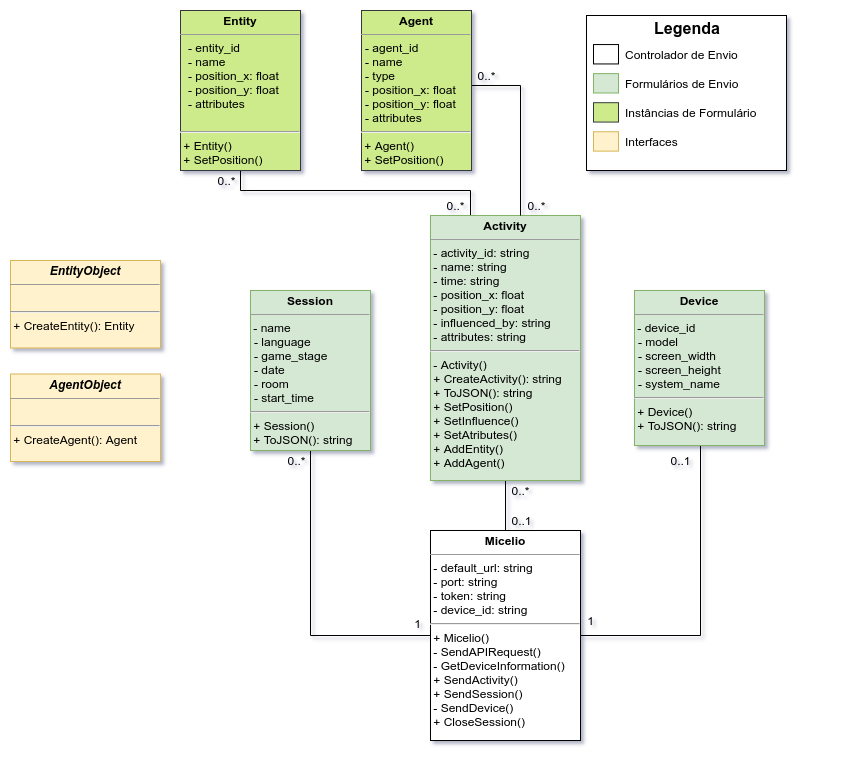
multisens/micelio keeps this draw.io diagram as Documentation/Diagramas/modelo-de-dados-unity.png. Above is the earlier version. Source tidied: cells renumbered, new cells last; positions are measured from the earlier drawing's top-left corner, leaving out a move shared by most shapes.
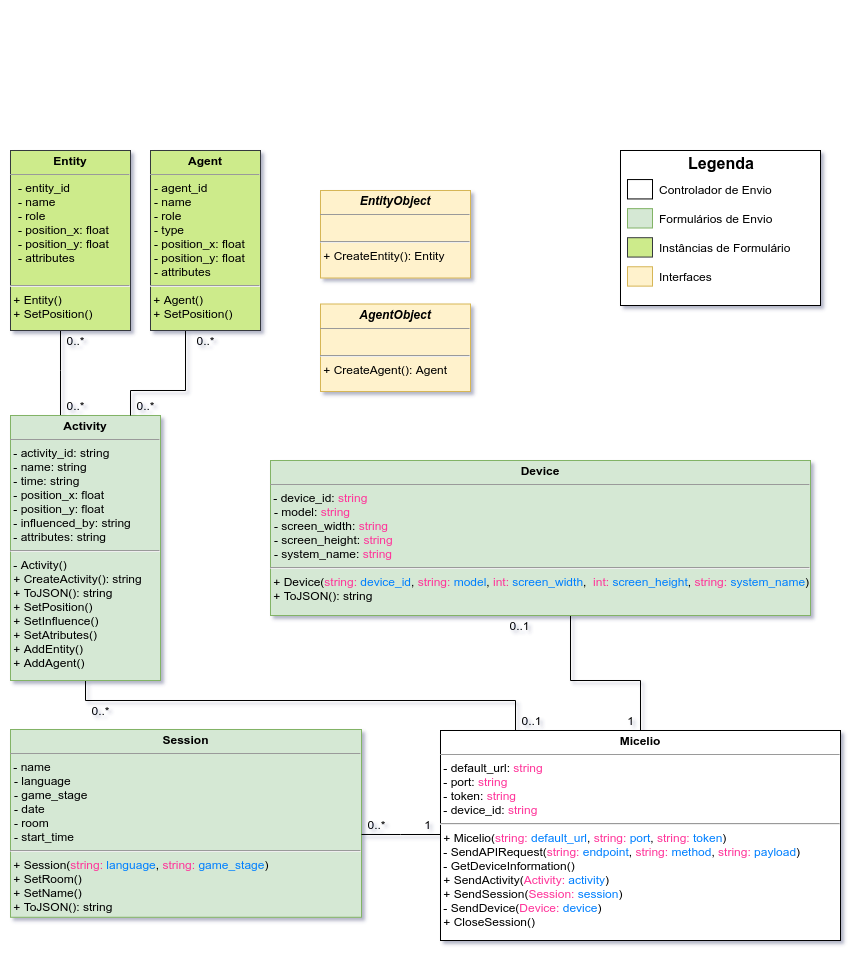
The same diagram one commit later.

What changed in the source:
```diff
@@ -3,68 +3,103 @@
     <mxCell id="0" />
     <mxCell id="1" parent="0" />
     <mxCell id="2" style="edgeStyle=orthogonalEdgeStyle;rounded=0;jettySize=auto;html=1;endArrow=none;endFill=0;" parent="1" edge="1" source="5" target="7">
-      <mxGeometry relative="1" as="geometry" />
+      <mxGeometry relative="1" as="geometry">
+        <Array as="points">
+          <mxPoint x="505" y="660" />
+        </Array>
+      </mxGeometry>
     </mxCell>
-    <mxCell id="3" style="edgeStyle=orthogonalEdgeStyle;rounded=0;jettySize=auto;html=1;endArrow=none;endFill=0;" parent="1" edge="1" source="5" target="35">
-      <mxGeometry relative="1" as="geometry">
-        <Array as="points">
-          <mxPoint x="690" y="625" />
-        </Array>
-      </mxGeometry>
-    </mxCell>
-    <mxCell id="4" style="edgeStyle=orthogonalEdgeStyle;rounded=0;jettySize=auto;html=1;endArrow=none;endFill=0;" parent="1" edge="1" source="5" target="32">
-      <mxGeometry relative="1" as="geometry" />
-    </mxCell>
-    <mxCell id="5" value="&lt;p style=&quot;margin: 0px ; margin-top: 4px ; text-align: center&quot;&gt;&lt;b&gt;Micelio&lt;/b&gt;&lt;/p&gt;&lt;hr size=&quot;1&quot;&gt;&amp;nbsp;- default_url: string&lt;br&gt;&amp;nbsp;- port: string&lt;br&gt;&amp;nbsp;- token: string&lt;br&gt;&amp;nbsp;- device_id: string&lt;br&gt;&lt;hr&gt;&amp;nbsp;+ Micelio()&lt;br&gt;&amp;nbsp;- SendAPIRequest()&lt;br&gt;&amp;nbsp;- GetDeviceInformation()&lt;br&gt;&amp;nbsp;+ SendActivity()&lt;br&gt;&amp;nbsp;+ SendSession()&lt;br&gt;&amp;nbsp;- SendDevice()&lt;br&gt;&amp;nbsp;+ CloseSession()" style="verticalAlign=top;align=left;overflow=fill;fontSize=12;fontFamily=Helvetica;html=1;glass=0;" parent="1" vertex="1">
-      <mxGeometry x="420" y="520" width="150" height="210" as="geometry" />
+    <mxCell id="5" value="&lt;p style=&quot;margin: 0px ; margin-top: 4px ; text-align: center&quot;&gt;&lt;b&gt;Micelio&lt;/b&gt;&lt;/p&gt;&lt;hr size=&quot;1&quot;&gt;&amp;nbsp;- default_url: &lt;font color=&quot;#ff3399&quot;&gt;string&lt;/font&gt;&lt;br&gt;&amp;nbsp;- port: &lt;font color=&quot;#ff3399&quot;&gt;string&lt;/font&gt;&lt;br&gt;&amp;nbsp;- token: &lt;font color=&quot;#ff3399&quot;&gt;string&lt;/font&gt;&lt;br&gt;&amp;nbsp;- device_id: &lt;font color=&quot;#ff3399&quot;&gt;string&lt;/font&gt;&lt;br&gt;&lt;hr&gt;&amp;nbsp;+ Micelio(&lt;span style=&quot;color: rgb(255 , 51 , 153)&quot;&gt;string:&amp;nbsp;&lt;/span&gt;&lt;font color=&quot;#007fff&quot;&gt;default_url&lt;/font&gt;,&amp;nbsp;&lt;span style=&quot;color: rgb(255 , 51 , 153)&quot;&gt;string:&amp;nbsp;&lt;/span&gt;&lt;font color=&quot;#007fff&quot;&gt;port&lt;/font&gt;,&amp;nbsp;&lt;span style=&quot;color: rgb(255 , 51 , 153)&quot;&gt;string:&lt;/span&gt;&amp;nbsp;&lt;font color=&quot;#007fff&quot;&gt;token&lt;/font&gt;)&lt;br&gt;&amp;nbsp;- SendAPIRequest(&lt;span style=&quot;color: rgb(255 , 51 , 153)&quot;&gt;string:&amp;nbsp;&lt;/span&gt;&lt;font color=&quot;#007fff&quot;&gt;endpoint&lt;/font&gt;,&amp;nbsp;&lt;span style=&quot;color: rgb(255 , 51 , 153)&quot;&gt;string: &lt;/span&gt;&lt;font color=&quot;#007fff&quot;&gt;method&lt;/font&gt;,&amp;nbsp;&lt;span style=&quot;color: rgb(255 , 51 , 153)&quot;&gt;string:&lt;/span&gt;&amp;nbsp;&lt;font color=&quot;#007fff&quot;&gt;payload&lt;/font&gt;)&lt;br&gt;&amp;nbsp;- GetDeviceInformation()&lt;br&gt;&amp;nbsp;+ SendActivity(&lt;span style=&quot;color: rgb(255 , 51 , 153)&quot;&gt;Activity: &lt;/span&gt;&lt;font color=&quot;#007fff&quot;&gt;activity&lt;/font&gt;)&lt;br&gt;&amp;nbsp;+ SendSession(&lt;span style=&quot;color: rgb(255 , 51 , 153)&quot;&gt;Session: &lt;/span&gt;&lt;font color=&quot;#007fff&quot;&gt;session&lt;/font&gt;)&lt;br&gt;&amp;nbsp;- SendDevice(&lt;span style=&quot;color: rgb(255 , 51 , 153)&quot;&gt;Device:&amp;nbsp;&lt;/span&gt;&lt;font color=&quot;#007fff&quot;&gt;device&lt;/font&gt;)&lt;br&gt;&amp;nbsp;+ CloseSession()" style="verticalAlign=top;align=left;overflow=fill;fontSize=12;fontFamily=Helvetica;html=1;glass=0;" parent="1" vertex="1">
+      <mxGeometry x="430" y="690" width="400" height="210" as="geometry" />
     </mxCell>
     <mxCell id="6" style="edgeStyle=orthogonalEdgeStyle;rounded=0;jettySize=auto;html=1;endArrow=none;endFill=0;" parent="1" edge="1" source="7" target="8">
       <mxGeometry relative="1" as="geometry">
         <Array as="points">
-          <mxPoint x="460" y="180" />
-          <mxPoint x="230" y="180" />
+          <mxPoint x="50" y="330" />
+          <mxPoint x="50" y="330" />
         </Array>
       </mxGeometry>
     </mxCell>
     <mxCell id="7" value="&lt;p style=&quot;margin: 0px ; margin-top: 4px ; text-align: center&quot;&gt;&lt;b&gt;Activity&lt;/b&gt;&lt;/p&gt;&lt;hr size=&quot;1&quot;&gt;&amp;nbsp;- activity_id: string&lt;br&gt;&amp;nbsp;- name: string&lt;br&gt;&amp;nbsp;- time: string&lt;br&gt;&amp;nbsp;- position_x: float&lt;br&gt;&amp;nbsp;- position_y: float&lt;br&gt;&amp;nbsp;- influenced_by: string&lt;br&gt;&amp;nbsp;- attributes: string&lt;br&gt;&lt;hr&gt;&amp;nbsp;- Activity()&lt;br&gt;&amp;nbsp;+ CreateActivity(): string&lt;br&gt;&amp;nbsp;+ ToJSON(): string&lt;br&gt;&amp;nbsp;+ SetPosition()&lt;br&gt;&amp;nbsp;+ SetInfluence()&lt;br&gt;&amp;nbsp;+ SetAtributes()&lt;br&gt;&amp;nbsp;+ AddEntity()&lt;br&gt;&amp;nbsp;+ AddAgent()" style="verticalAlign=top;align=left;overflow=fill;fontSize=12;fontFamily=Helvetica;html=1;glass=0;fillColor=#d5e8d4;strokeColor=#82b366;" parent="1" vertex="1">
-      <mxGeometry x="420" y="205" width="150" height="265" as="geometry" />
+      <mxGeometry y="375" width="150" height="265" as="geometry" />
     </mxCell>
-    <mxCell id="8" value="&lt;p style=&quot;margin: 0px ; margin-top: 4px ; text-align: center&quot;&gt;&lt;b&gt;Entity&lt;/b&gt;&lt;/p&gt;&lt;hr size=&quot;1&quot;&gt;&lt;p style=&quot;margin: 0px 0px 0px 8px&quot;&gt;- entity_id&lt;/p&gt;&lt;p style=&quot;margin: 0px 0px 0px 8px&quot;&gt;- name&lt;br&gt;&lt;/p&gt;&lt;p style=&quot;margin: 0px 0px 0px 8px&quot;&gt;- position_x: float&lt;br&gt;- position_y: float&lt;br&gt;&lt;/p&gt;&lt;p style=&quot;margin: 0px 0px 0px 8px&quot;&gt;- attributes&lt;/p&gt;&lt;p style=&quot;margin: 0px 0px 0px 8px&quot;&gt;&lt;br&gt;&lt;/p&gt;&lt;hr&gt;&amp;nbsp;+ Entity()&lt;br&gt;&amp;nbsp;+ SetPosition()&lt;br&gt;&amp;nbsp;" style="verticalAlign=top;align=left;overflow=fill;fontSize=12;fontFamily=Helvetica;html=1;glass=0;fillColor=#cdeb8b;strokeColor=#36393d;" parent="1" vertex="1">
-      <mxGeometry x="170" width="120" height="160" as="geometry" />
+    <mxCell id="8" value="&lt;p style=&quot;margin: 0px ; margin-top: 4px ; text-align: center&quot;&gt;&lt;b&gt;Entity&lt;/b&gt;&lt;/p&gt;&lt;hr size=&quot;1&quot;&gt;&lt;p style=&quot;margin: 0px 0px 0px 8px&quot;&gt;- entity_id&lt;/p&gt;&lt;p style=&quot;margin: 0px 0px 0px 8px&quot;&gt;- name&lt;br&gt;&lt;/p&gt;&lt;p style=&quot;margin: 0px 0px 0px 8px&quot;&gt;- role&lt;/p&gt;&lt;p style=&quot;margin: 0px 0px 0px 8px&quot;&gt;- position_x: float&lt;br&gt;- position_y: float&lt;br&gt;&lt;/p&gt;&lt;p style=&quot;margin: 0px 0px 0px 8px&quot;&gt;- attributes&lt;/p&gt;&lt;p style=&quot;margin: 0px 0px 0px 8px&quot;&gt;&lt;br&gt;&lt;/p&gt;&lt;hr&gt;&amp;nbsp;+ Entity()&lt;br&gt;&amp;nbsp;+ SetPosition()&lt;br&gt;&amp;nbsp;" style="verticalAlign=top;align=left;overflow=fill;fontSize=12;fontFamily=Helvetica;html=1;glass=0;fillColor=#cdeb8b;strokeColor=#36393d;" parent="1" vertex="1">
+      <mxGeometry y="110" width="120" height="180" as="geometry" />
     </mxCell>
     <mxCell id="9" style="edgeStyle=orthogonalEdgeStyle;rounded=0;jettySize=auto;html=1;endArrow=none;endFill=0;" parent="1" edge="1" source="38" target="7">
       <mxGeometry relative="1" as="geometry">
         <Array as="points">
-          <mxPoint x="510" y="75" />
+          <mxPoint x="175" y="350" />
+          <mxPoint x="120" y="350" />
         </Array>
       </mxGeometry>
     </mxCell>
     <mxCell id="10" value="0..*" style="text;html=1;align=center;verticalAlign=middle;" parent="1" vertex="1">
-      <mxGeometry x="201" y="160" width="30" height="20" as="geometry" />
+      <mxGeometry x="50" y="290" width="30" height="20" as="geometry" />
     </mxCell>
     <mxCell id="11" value="0..*" style="text;html=1;align=center;verticalAlign=middle;" parent="1" vertex="1">
-      <mxGeometry x="430" y="185" width="30" height="20" as="geometry" />
+      <mxGeometry x="50" y="355" width="30" height="20" as="geometry" />
     </mxCell>
     <mxCell id="12" value="0..*" style="text;html=1;align=center;verticalAlign=middle;" parent="1" vertex="1">
-      <mxGeometry x="511" y="185" width="30" height="20" as="geometry" />
+      <mxGeometry x="120" y="355" width="30" height="20" as="geometry" />
     </mxCell>
     <mxCell id="13" value="0..*" style="text;html=1;align=center;verticalAlign=middle;" parent="1" vertex="1">
-      <mxGeometry x="495" y="470" width="30" height="20" as="geometry" />
+      <mxGeometry x="75" y="660" width="30" height="20" as="geometry" />
     </mxCell>
     <mxCell id="14" value="0..1" style="text;html=1;align=center;verticalAlign=middle;" parent="1" vertex="1">
-      <mxGeometry x="491" y="500" width="40" height="20" as="geometry" />
+      <mxGeometry x="501" y="670" width="40" height="20" as="geometry" />
     </mxCell>
     <mxCell id="15" value="1" style="text;html=1;align=center;verticalAlign=middle;" parent="1" vertex="1">
-      <mxGeometry x="397" y="603" width="20" height="20" as="geometry" />
+      <mxGeometry x="407" y="774" width="20" height="20" as="geometry" />
     </mxCell>
     <mxCell id="16" value="1" style="text;html=1;align=center;verticalAlign=middle;" parent="1" vertex="1">
-      <mxGeometry x="570" y="600" width="20" height="20" as="geometry" />
+      <mxGeometry x="610" y="670" width="20" height="20" as="geometry" />
     </mxCell>
+    <mxCell id="31" style="group;" parent="1" vertex="1">
+      <mxGeometry y="700" width="351" height="200" as="geometry" />
+    </mxCell>
+    <mxCell id="32" value="&lt;p style=&quot;margin: 0px ; margin-top: 4px ; text-align: center&quot;&gt;&lt;b&gt;Session&lt;/b&gt;&lt;/p&gt;&lt;hr size=&quot;1&quot;&gt;&amp;nbsp;-&amp;nbsp;name&lt;br&gt;&lt;p style=&quot;margin: 0px 0px 0px 4px&quot;&gt;- language&lt;br&gt;&lt;/p&gt;&lt;p style=&quot;margin: 0px 0px 0px 4px&quot;&gt;- game_stage&lt;/p&gt;&lt;p style=&quot;margin: 0px 0px 0px 4px&quot;&gt;- date&lt;/p&gt;&lt;p style=&quot;margin: 0px 0px 0px 4px&quot;&gt;- room&lt;/p&gt;&lt;p style=&quot;margin: 0px 0px 0px 4px&quot;&gt;- start_time&lt;/p&gt;&lt;hr&gt;&amp;nbsp;+ Session(&lt;span style=&quot;color: rgb(255 , 51 , 153)&quot;&gt;string: &lt;/span&gt;&lt;font color=&quot;#007fff&quot;&gt;language&lt;/font&gt;,&amp;nbsp;&lt;span style=&quot;color: rgb(255 , 51 , 153)&quot;&gt;string: &lt;/span&gt;&lt;font color=&quot;#007fff&quot;&gt;game_stage&lt;/font&gt;)&lt;br&gt;&amp;nbsp;+ SetRoom()&lt;br&gt;&amp;nbsp;+ SetName()&lt;br&gt;&amp;nbsp;+ ToJSON(): string&lt;br&gt;&amp;nbsp;" style="verticalAlign=top;align=left;overflow=fill;fontSize=12;fontFamily=Helvetica;html=1;glass=0;fillColor=#d5e8d4;strokeColor=#82b366;" parent="31" vertex="1">
+      <mxGeometry y="-11" width="351" height="187.8" as="geometry" />
+    </mxCell>
+    <mxCell id="37" style="group;" parent="1" vertex="1">
+      <mxGeometry x="140" y="130" width="140" height="160" as="geometry" />
+    </mxCell>
+    <mxCell id="38" value="&lt;p style=&quot;margin: 0px ; margin-top: 4px ; text-align: center&quot;&gt;&lt;b&gt;Agent&lt;/b&gt;&lt;/p&gt;&lt;hr size=&quot;1&quot;&gt;&lt;p style=&quot;margin: 0px 0px 0px 4px&quot;&gt;- agent_id&lt;/p&gt;&lt;p style=&quot;margin: 0px 0px 0px 4px&quot;&gt;- name&lt;/p&gt;&lt;p style=&quot;margin: 0px 0px 0px 4px&quot;&gt;- role&lt;/p&gt;&lt;p style=&quot;margin: 0px 0px 0px 4px&quot;&gt;- type&lt;/p&gt;&lt;p style=&quot;margin: 0px 0px 0px 4px&quot;&gt;- position_x: float&lt;br&gt;- position_y: float&lt;br&gt;&lt;/p&gt;&lt;p style=&quot;margin: 0px 0px 0px 4px&quot;&gt;&lt;span&gt;- attributes&lt;/span&gt;&lt;br&gt;&lt;/p&gt;&lt;hr&gt;&amp;nbsp;+ Agent()&lt;br&gt;&amp;nbsp;+ SetPosition()&lt;br&gt;&amp;nbsp;" style="verticalAlign=top;align=left;overflow=fill;fontSize=12;fontFamily=Helvetica;html=1;glass=0;fillColor=#cdeb8b;strokeColor=#36393d;" parent="37" vertex="1">
+      <mxGeometry y="-20" width="110" height="180" as="geometry" />
+    </mxCell>
+    <mxCell id="4" style="edgeStyle=orthogonalEdgeStyle;rounded=0;jettySize=auto;html=1;endArrow=none;endFill=0;entryX=1;entryY=0.559;entryDx=0;entryDy=0;entryPerimeter=0;" parent="1" edge="1" source="5" target="32">
+      <mxGeometry relative="1" as="geometry">
+        <Array as="points">
+          <mxPoint x="390" y="794" />
+          <mxPoint x="390" y="794" />
+        </Array>
+      </mxGeometry>
+    </mxCell>
+    <mxCell id="40" style="edgeStyle=orthogonalEdgeStyle;rounded=0;jettySize=auto;html=1;endArrow=none;endFill=0;" parent="1" edge="1" source="35" target="5">
+      <mxGeometry relative="1" as="geometry">
+        <Array as="points">
+          <mxPoint x="560" y="640" />
+          <mxPoint x="630" y="640" />
+        </Array>
+      </mxGeometry>
+    </mxCell>
+    <mxCell id="33" value="0..*" style="text;html=1;align=center;verticalAlign=middle;" parent="1" vertex="1">
+      <mxGeometry x="351" y="774" width="30" height="20" as="geometry" />
+    </mxCell>
+    <mxCell id="39" value="0..*" style="text;html=1;align=center;verticalAlign=middle;" parent="1" vertex="1">
+      <mxGeometry x="180" y="290" width="30" height="20" as="geometry" />
+    </mxCell>
+    <mxCell id="35" value="&lt;p style=&quot;margin: 0px ; margin-top: 4px ; text-align: center&quot;&gt;&lt;b&gt;Device&lt;/b&gt;&lt;/p&gt;&lt;hr size=&quot;1&quot;&gt;&amp;nbsp;-&amp;nbsp;device_id:&amp;nbsp;&lt;font color=&quot;#ff3399&quot;&gt;string&lt;/font&gt;&lt;p style=&quot;margin: 0px 0px 0px 4px&quot;&gt;- model: &lt;font color=&quot;#ff3399&quot;&gt;string&lt;/font&gt;&amp;nbsp;&lt;/p&gt;&lt;p style=&quot;margin: 0px 0px 0px 4px&quot;&gt;- screen_width: &lt;font color=&quot;#ff3399&quot;&gt;string&lt;/font&gt;&lt;/p&gt;&lt;p style=&quot;margin: 0px 0px 0px 4px&quot;&gt;- screen_height: &lt;font color=&quot;#ff3399&quot;&gt;string&lt;/font&gt;&lt;/p&gt;&lt;p style=&quot;margin: 0px 0px 0px 4px&quot;&gt;- system_name: &lt;font color=&quot;#ff3399&quot;&gt;string&lt;/font&gt;&lt;/p&gt;&lt;hr&gt;&amp;nbsp;+ Device(&lt;span style=&quot;color: rgb(255 , 51 , 153)&quot;&gt;string: &lt;/span&gt;&lt;font color=&quot;#007fff&quot;&gt;device_id&lt;/font&gt;,&amp;nbsp;&lt;span style=&quot;color: rgb(255 , 51 , 153)&quot;&gt;string:&amp;nbsp;&lt;/span&gt;&lt;font color=&quot;#007fff&quot;&gt;model&lt;/font&gt;,&amp;nbsp;&lt;span style=&quot;color: rgb(255 , 51 , 153)&quot;&gt;int:&lt;/span&gt;&amp;nbsp;&lt;font color=&quot;#007fff&quot;&gt;screen_width&lt;/font&gt;,&amp;nbsp;&amp;nbsp;&lt;span style=&quot;color: rgb(255 , 51 , 153)&quot;&gt;int:&lt;/span&gt;&amp;nbsp;&lt;font color=&quot;#007fff&quot;&gt;screen_height&lt;/font&gt;,&amp;nbsp;&lt;span style=&quot;color: rgb(255 , 51 , 153)&quot;&gt;string:&lt;/span&gt;&amp;nbsp;&lt;font color=&quot;#007fff&quot;&gt;system_name&lt;/font&gt;)&lt;br&gt;&amp;nbsp;+ ToJSON(): string" style="verticalAlign=top;align=left;overflow=fill;fontSize=12;fontFamily=Helvetica;html=1;glass=0;fillColor=#d5e8d4;strokeColor=#82b366;" parent="1" vertex="1">
+      <mxGeometry x="260" y="420" width="540" height="155" as="geometry" />
+    </mxCell>
+    <mxCell id="36" value="0..1" style="text;html=1;align=center;verticalAlign=middle;" parent="1" vertex="1">
+      <mxGeometry x="489" y="575" width="40" height="20" as="geometry" />
+    </mxCell>
     <mxCell id="17" style="group;" parent="1" vertex="1">
-      <mxGeometry x="576" y="5" width="240" height="155" as="geometry" />
+      <mxGeometry x="260" y="-30" width="240" height="155" as="geometry" />
     </mxCell>
     <mxCell id="18" style="group;" parent="17" vertex="1">
-      <mxGeometry width="200" height="155" as="geometry" />
+      <mxGeometry x="350" y="140" width="200" height="155" as="geometry" />
     </mxCell>
     <mxCell id="19" style="rounded=0;whiteSpace=wrap;html=1;" parent="18" vertex="1">
       <mxGeometry width="200" height="155" as="geometry" />
@@ -97,37 +132,10 @@
       <mxGeometry x="37" y="116.2" width="163" height="19.4" as="geometry" />
     </mxCell>
     <mxCell id="29" value="&lt;p style=&quot;margin: 0px ; margin-top: 4px ; text-align: center&quot;&gt;&lt;b&gt;&lt;i&gt;EntityObject&lt;/i&gt;&lt;/b&gt;&lt;/p&gt;&lt;hr size=&quot;1&quot;&gt;&amp;nbsp;&lt;br&gt;&lt;hr&gt;&amp;nbsp;+ CreateEntity(): Entity&lt;br&gt;&amp;nbsp;" style="verticalAlign=top;align=left;overflow=fill;fontSize=12;fontFamily=Helvetica;html=1;glass=0;fillColor=#fff2cc;strokeColor=#d6b656;" parent="1" vertex="1">
-      <mxGeometry y="250" width="150" height="87.5" as="geometry" />
+      <mxGeometry x="310" y="150" width="150" height="87.5" as="geometry" />
     </mxCell>
     <mxCell id="30" value="&lt;p style=&quot;margin: 0px ; margin-top: 4px ; text-align: center&quot;&gt;&lt;b&gt;&lt;i&gt;AgentObject&lt;/i&gt;&lt;/b&gt;&lt;/p&gt;&lt;hr size=&quot;1&quot;&gt;&amp;nbsp;&lt;br&gt;&lt;hr&gt;&amp;nbsp;+ CreateAgent(): Agent&lt;br&gt;&amp;nbsp;" style="verticalAlign=top;align=left;overflow=fill;fontSize=12;fontFamily=Helvetica;html=1;glass=0;fillColor=#fff2cc;strokeColor=#d6b656;" parent="1" vertex="1">
-      <mxGeometry y="363.5" width="150" height="87.5" as="geometry" />
+      <mxGeometry x="310" y="263.5" width="150" height="87.5" as="geometry" />
     </mxCell>
-    <mxCell id="31" style="group;" parent="1" vertex="1">
-      <mxGeometry x="240" y="280" width="120" height="180" as="geometry" />
-    </mxCell>
-    <mxCell id="32" value="&lt;p style=&quot;margin: 0px ; margin-top: 4px ; text-align: center&quot;&gt;&lt;b&gt;Session&lt;/b&gt;&lt;/p&gt;&lt;hr size=&quot;1&quot;&gt;&amp;nbsp;-&lt;span&gt;&amp;nbsp;name&lt;/span&gt;&lt;br&gt;&lt;p style=&quot;margin: 0px 0px 0px 4px&quot;&gt;- language&lt;br&gt;&lt;/p&gt;&lt;p style=&quot;margin: 0px 0px 0px 4px&quot;&gt;- game_stage&lt;/p&gt;&lt;p style=&quot;margin: 0px 0px 0px 4px&quot;&gt;- date&lt;/p&gt;&lt;p style=&quot;margin: 0px 0px 0px 4px&quot;&gt;- room&lt;/p&gt;&lt;p style=&quot;margin: 0px 0px 0px 4px&quot;&gt;- start_time&lt;/p&gt;&lt;hr&gt;&amp;nbsp;+ Session()&lt;br&gt;&amp;nbsp;+ ToJSON(): string&lt;br&gt;&amp;nbsp;" style="verticalAlign=top;align=left;overflow=fill;fontSize=12;fontFamily=Helvetica;html=1;glass=0;fillColor=#d5e8d4;strokeColor=#82b366;" parent="31" vertex="1">
-      <mxGeometry width="120" height="160" as="geometry" />
-    </mxCell>
-    <mxCell id="33" value="0..*" style="text;html=1;align=center;verticalAlign=middle;" parent="31" vertex="1">
-      <mxGeometry x="31" y="160" width="30" height="20" as="geometry" />
-    </mxCell>
-    <mxCell id="34" style="group;" parent="1" vertex="1">
-      <mxGeometry x="624" y="280" width="130" height="180" as="geometry" />
-    </mxCell>
-    <mxCell id="35" value="&lt;p style=&quot;margin: 0px ; margin-top: 4px ; text-align: center&quot;&gt;&lt;b&gt;Device&lt;/b&gt;&lt;/p&gt;&lt;hr size=&quot;1&quot;&gt;&amp;nbsp;-&lt;span&gt;&amp;nbsp;device_id&lt;/span&gt;&lt;p style=&quot;margin: 0px 0px 0px 4px&quot;&gt;- model&lt;/p&gt;&lt;p style=&quot;margin: 0px 0px 0px 4px&quot;&gt;- screen_width&lt;/p&gt;&lt;p style=&quot;margin: 0px 0px 0px 4px&quot;&gt;- screen_height&lt;/p&gt;&lt;p style=&quot;margin: 0px 0px 0px 4px&quot;&gt;- system_name&lt;/p&gt;&lt;hr&gt;&amp;nbsp;+ Device()&lt;br&gt;&amp;nbsp;+ ToJSON(): string" style="verticalAlign=top;align=left;overflow=fill;fontSize=12;fontFamily=Helvetica;html=1;glass=0;fillColor=#d5e8d4;strokeColor=#82b366;" parent="34" vertex="1">
-      <mxGeometry width="130" height="155" as="geometry" />
-    </mxCell>
-    <mxCell id="36" value="0..1" style="text;html=1;align=center;verticalAlign=middle;" parent="34" vertex="1">
-      <mxGeometry x="26" y="160" width="40" height="20" as="geometry" />
-    </mxCell>
-    <mxCell id="37" style="group;" parent="1" vertex="1">
-      <mxGeometry x="351" width="140" height="160" as="geometry" />
-    </mxCell>
-    <mxCell id="38" value="&lt;p style=&quot;margin: 0px ; margin-top: 4px ; text-align: center&quot;&gt;&lt;b&gt;Agent&lt;/b&gt;&lt;/p&gt;&lt;hr size=&quot;1&quot;&gt;&lt;p style=&quot;margin: 0px 0px 0px 4px&quot;&gt;- agent_id&lt;/p&gt;&lt;p style=&quot;margin: 0px 0px 0px 4px&quot;&gt;- name&lt;/p&gt;&lt;p style=&quot;margin: 0px 0px 0px 4px&quot;&gt;- type&lt;/p&gt;&lt;p style=&quot;margin: 0px 0px 0px 4px&quot;&gt;- position_x: float&lt;br&gt;- position_y: float&lt;br&gt;&lt;/p&gt;&lt;p style=&quot;margin: 0px 0px 0px 4px&quot;&gt;&lt;span&gt;- attributes&lt;/span&gt;&lt;br&gt;&lt;/p&gt;&lt;hr&gt;&amp;nbsp;+ Agent()&lt;br&gt;&amp;nbsp;+ SetPosition()&lt;br&gt;&amp;nbsp;" style="verticalAlign=top;align=left;overflow=fill;fontSize=12;fontFamily=Helvetica;html=1;glass=0;fillColor=#cdeb8b;strokeColor=#36393d;" parent="37" vertex="1">
-      <mxGeometry width="110" height="160" as="geometry" />
-    </mxCell>
-    <mxCell id="39" value="0..*" style="text;html=1;align=center;verticalAlign=middle;" parent="37" vertex="1">
-      <mxGeometry x="110" y="55" width="30" height="20" as="geometry" />
-    </mxCell>
   </root>
 </mxGraphModel>
```
